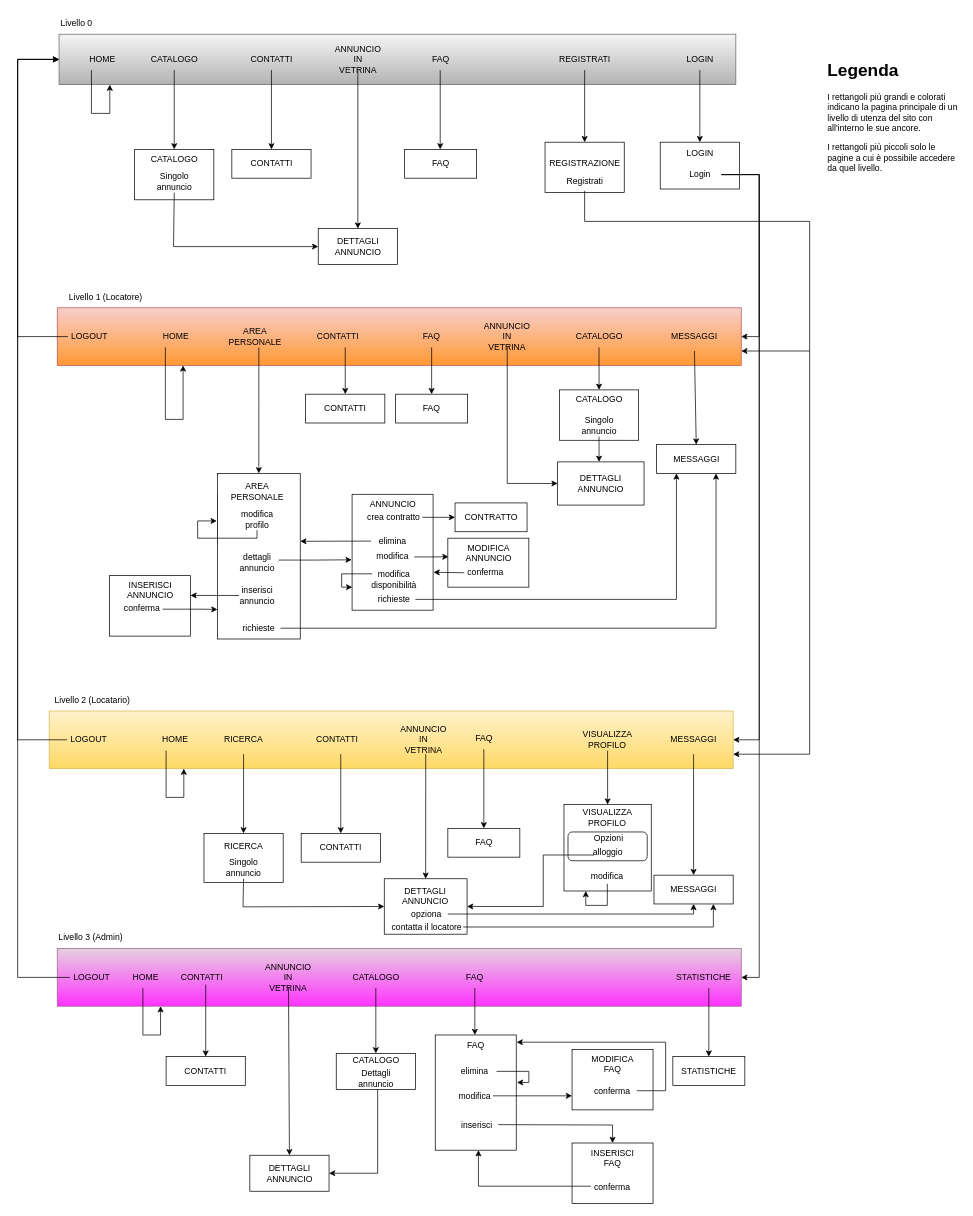
fd-col/RentAdvisor keeps this draw.io diagram as SchemaDeiLink.drawio. Above is the earlier version. Source tidied: cells renumbered, new cells numbered last; positions are measured from the earlier drawing's top-left corner, leaving out a move shared by most shapes. Both pictures are drawn from the tidied source at 72%, with x=0, y=0 at pixel (17, 12).
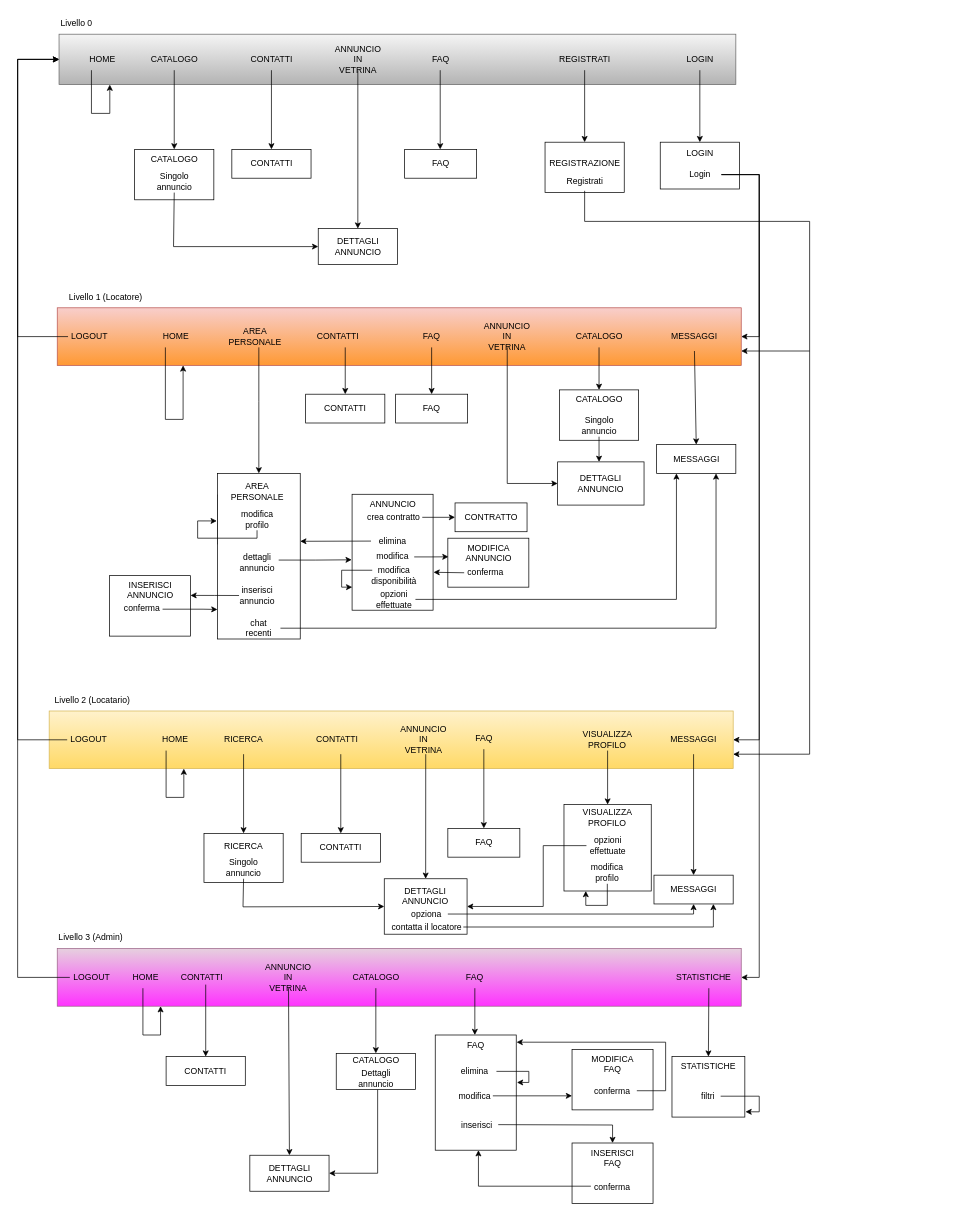
After the change.

Unchanged cells that the change refers to:
```xml
<mxCell id="42" value="&lt;div&gt;DETTAGLI &lt;br&gt;&lt;/div&gt;&lt;div&gt;ANNUNCIO&lt;br&gt;&lt;/div&gt;&lt;div&gt;&lt;br&gt;&lt;/div&gt;&lt;div&gt;&lt;br&gt;&lt;/div&gt;" style="rounded=0;whiteSpace=wrap;html=1;" parent="1" vertex="1">
  <mxGeometry x="509.2" y="1203" width="115" height="77" as="geometry" />
</mxCell>
<mxCell id="86" value="ANNUNCIO" style="rounded=0;whiteSpace=wrap;html=1;verticalAlign=top;" parent="1" vertex="1">
  <mxGeometry x="464.5" y="669" width="112.5" height="161" as="geometry" />
</mxCell>
```

The edit, as a diff of the source:
```diff
@@
-    <mxCell id="82" value="richieste" style="text;html=1;strokeColor=none;fillColor=none;align=center;verticalAlign=middle;whiteSpace=wrap;rounded=0;" parent="1" vertex="1">
+    <mxCell id="82" value="chat recenti" style="text;html=1;strokeColor=none;fillColor=none;align=center;verticalAlign=middle;whiteSpace=wrap;rounded=0;" parent="1" vertex="1">
       <mxGeometry x="305" y="840" width="60" height="30" as="geometry" />
     </mxCell>
@@
-    <mxCell id="123" value="STATISTICHE" style="rounded=0;whiteSpace=wrap;html=1;align=center;" parent="1" vertex="1">
-      <mxGeometry x="910" y="1450" width="100" height="40" as="geometry" />
-    </mxCell>
@@
-    <mxCell id="130" value="&lt;h1&gt;Legenda&lt;/h1&gt;&lt;p&gt;I rettangoli più grandi e colorati indicano la pagina principale di un livello di utenza del sito con all'interno le sue ancore.&lt;/p&gt;&lt;p&gt;I rettangoli più piccoli solo le pagine a cui è possibile accedere da quel livello.&lt;/p&gt;" style="text;html=1;strokeColor=none;fillColor=none;spacing=5;spacingTop=-20;whiteSpace=wrap;overflow=hidden;rounded=0;" parent="1" vertex="1">
-      <mxGeometry x="1120" y="60" width="190" height="170" as="geometry" />
-    </mxCell>
-    <mxCell id="131" value="richieste" style="text;html=1;strokeColor=none;fillColor=none;align=center;verticalAlign=middle;whiteSpace=wrap;rounded=0;" parent="1" vertex="1">
+    <mxCell id="131" value="opzioni effettuate" style="text;html=1;strokeColor=none;fillColor=none;align=center;verticalAlign=middle;whiteSpace=wrap;rounded=0;" parent="1" vertex="1">
       <mxGeometry x="492.5" y="800" width="60" height="30" as="geometry" />
     </mxCell>
@@
-    <mxCell id="148" value="modifica" style="text;html=1;strokeColor=none;fillColor=none;align=center;verticalAlign=middle;whiteSpace=wrap;rounded=0;" parent="1" vertex="1">
-      <mxGeometry x="789" y="1190" width="60" height="20" as="geometry" />
+    <mxCell id="148" value="modifica profilo" style="text;html=1;strokeColor=none;fillColor=none;align=center;verticalAlign=middle;whiteSpace=wrap;rounded=0;" parent="1" vertex="1">
+      <mxGeometry x="789" y="1180" width="60" height="30" as="geometry" />
     </mxCell>
@@
-    <mxCell id="150" style="rounded=1;whiteSpace=wrap;html=1;" parent="1" vertex="1">
-      <mxGeometry x="764.4" y="1138" width="110" height="40" as="geometry" />
-    </mxCell>
-    <mxCell id="151" value="Opzioni" style="text;html=1;strokeColor=none;fillColor=none;align=center;verticalAlign=middle;whiteSpace=wrap;rounded=0;" parent="1" vertex="1">
-      <mxGeometry x="800.5" y="1137" width="40" height="20" as="geometry" />
-    </mxCell>
-    <mxCell id="152" style="edgeStyle=orthogonalEdgeStyle;rounded=0;jettySize=auto;html=1;entryX=1;entryY=0.5;entryDx=0;entryDy=0;" parent="1" edge="1" source="153" target="42">
+    <mxCell id="152" style="edgeStyle=orthogonalEdgeStyle;rounded=0;jettySize=auto;html=1;entryX=1;entryY=0.5;entryDx=0;entryDy=0;exitX=0;exitY=0.5;exitDx=0;exitDy=0;" parent="1" edge="1" source="153" target="42">
       <mxGeometry relative="1" as="geometry">
         <Array as="points">
-          <mxPoint x="730" y="1170" />
-          <mxPoint x="730" y="1242" />
+          <mxPoint x="730" y="1157" />
+          <mxPoint x="730" y="1241" />
         </Array>
       </mxGeometry>
     </mxCell>
-    <mxCell id="153" value="alloggio" style="text;html=1;strokeColor=none;fillColor=none;align=center;verticalAlign=middle;whiteSpace=wrap;rounded=0;" parent="1" vertex="1">
-      <mxGeometry x="800.6" y="1157" width="37.5" height="17" as="geometry" />
+    <mxCell id="153" value="opzioni effettuate" style="text;html=1;strokeColor=none;fillColor=none;align=center;verticalAlign=middle;whiteSpace=wrap;rounded=0;" parent="1" vertex="1">
+      <mxGeometry x="790" y="1140" width="60" height="34" as="geometry" />
     </mxCell>
@@
     <mxCell id="160" style="edgeStyle=orthogonalEdgeStyle;rounded=0;jettySize=auto;html=1;entryX=0.002;entryY=0.801;entryDx=0;entryDy=0;entryPerimeter=0;exitX=0;exitY=0.25;exitDx=0;exitDy=0;" parent="1" edge="1" source="161" target="86">
       <mxGeometry relative="1" as="geometry">
         <Array as="points">
-          <mxPoint x="450" y="780" />
+          <mxPoint x="450" y="775" />
           <mxPoint x="450" y="798" />
         </Array>
       </mxGeometry>
     </mxCell>
     <mxCell id="161" value="modifica disponibilità" style="text;html=1;strokeColor=none;fillColor=none;align=center;verticalAlign=middle;whiteSpace=wrap;rounded=0;" parent="1" vertex="1">
-      <mxGeometry x="492.5" y="772" width="60" height="30" as="geometry" />
+      <mxGeometry x="492.5" y="767" width="60" height="30" as="geometry" />
     </mxCell>
@@
+    <mxCell id="123" value="&lt;div&gt;STATISTICHE&lt;/div&gt;" style="rounded=0;whiteSpace=wrap;html=1;verticalAlign=top;" parent="1" vertex="1">
+      <mxGeometry x="908.8" y="1450" width="101.2" height="84" as="geometry" />
+    </mxCell>
+    <mxCell id="165" style="edgeStyle=orthogonalEdgeStyle;rounded=0;jettySize=auto;html=1;entryX=1.009;entryY=0.913;entryDx=0;entryDy=0;exitX=1;exitY=0.5;exitDx=0;exitDy=0;entryPerimeter=0;" parent="1" edge="1" source="166" target="123">
+      <mxGeometry relative="1" as="geometry">
+        <Array as="points">
+          <mxPoint x="1030" y="1505" />
+          <mxPoint x="1030" y="1527" />
+          <mxPoint x="1011" y="1527" />
+        </Array>
+      </mxGeometry>
+    </mxCell>
+    <mxCell id="166" value="filtri" style="text;html=1;strokeColor=none;fillColor=none;align=center;verticalAlign=middle;whiteSpace=wrap;rounded=0;" parent="1" vertex="1">
+      <mxGeometry x="942.3" y="1490" width="34.1" height="30" as="geometry" />
+    </mxCell>
```
